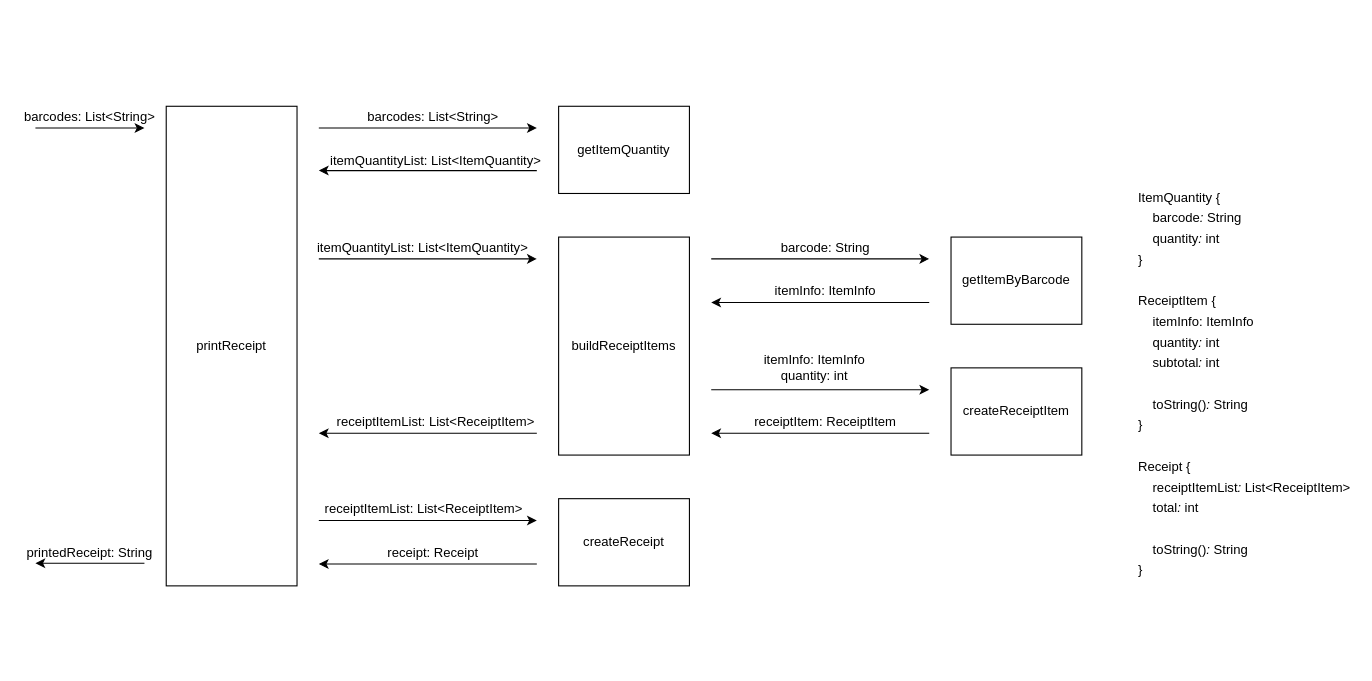
The draw.io diagram Pos v2.drawio in bacaljo/pos-machine-practice-2020-10-11-13-53-6-305, before the edit. Source tidied: cells renumbered, new cells numbered last; positions are measured from the earlier drawing's top-left corner, leaving out a move shared by most shapes. Both pictures are drawn from the tidied source at 109%, with x=0, y=0 at pixel (19, 106).
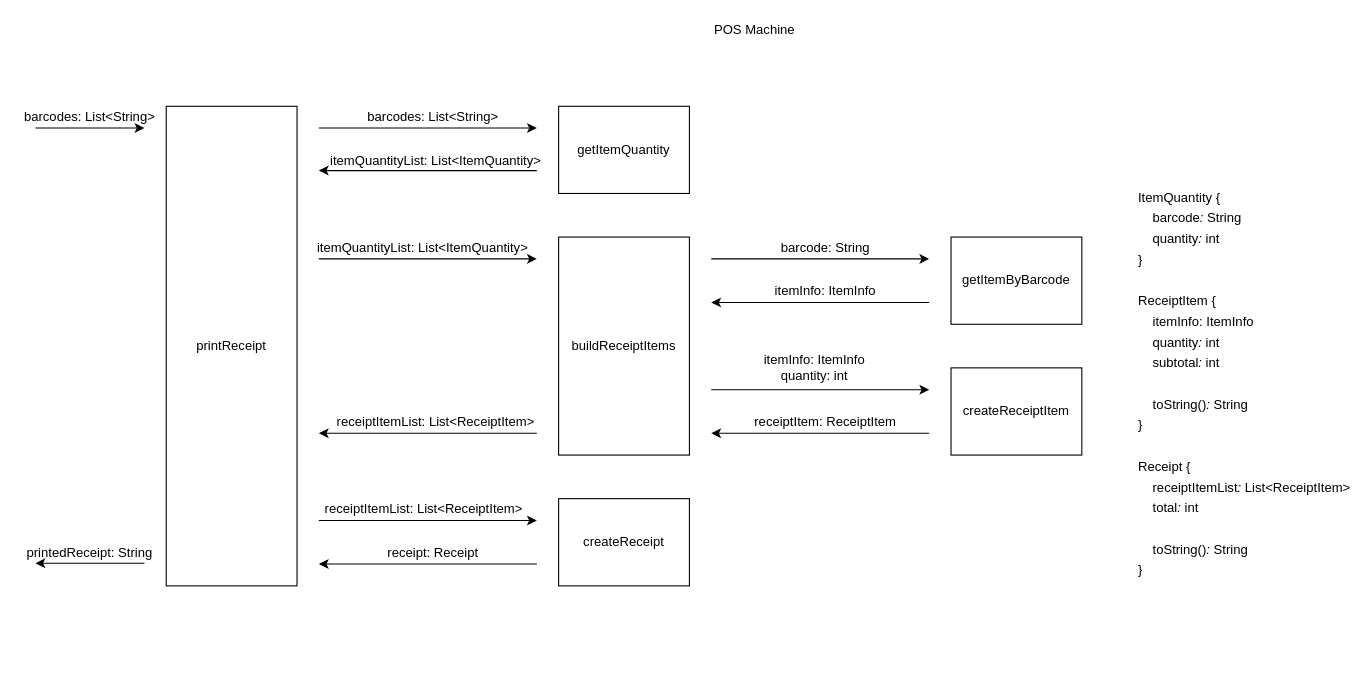
The same diagram, later.

Diff of the diagram source:
```diff
@@
+    <mxCell id="33" value="POS Machine" style="text;html=1;strokeColor=none;fillColor=none;align=center;verticalAlign=middle;whiteSpace=wrap;rounded=0;" parent="1" vertex="1">
+      <mxGeometry x="620" y="-80" width="110" height="20" as="geometry" />
+    </mxCell>
```
